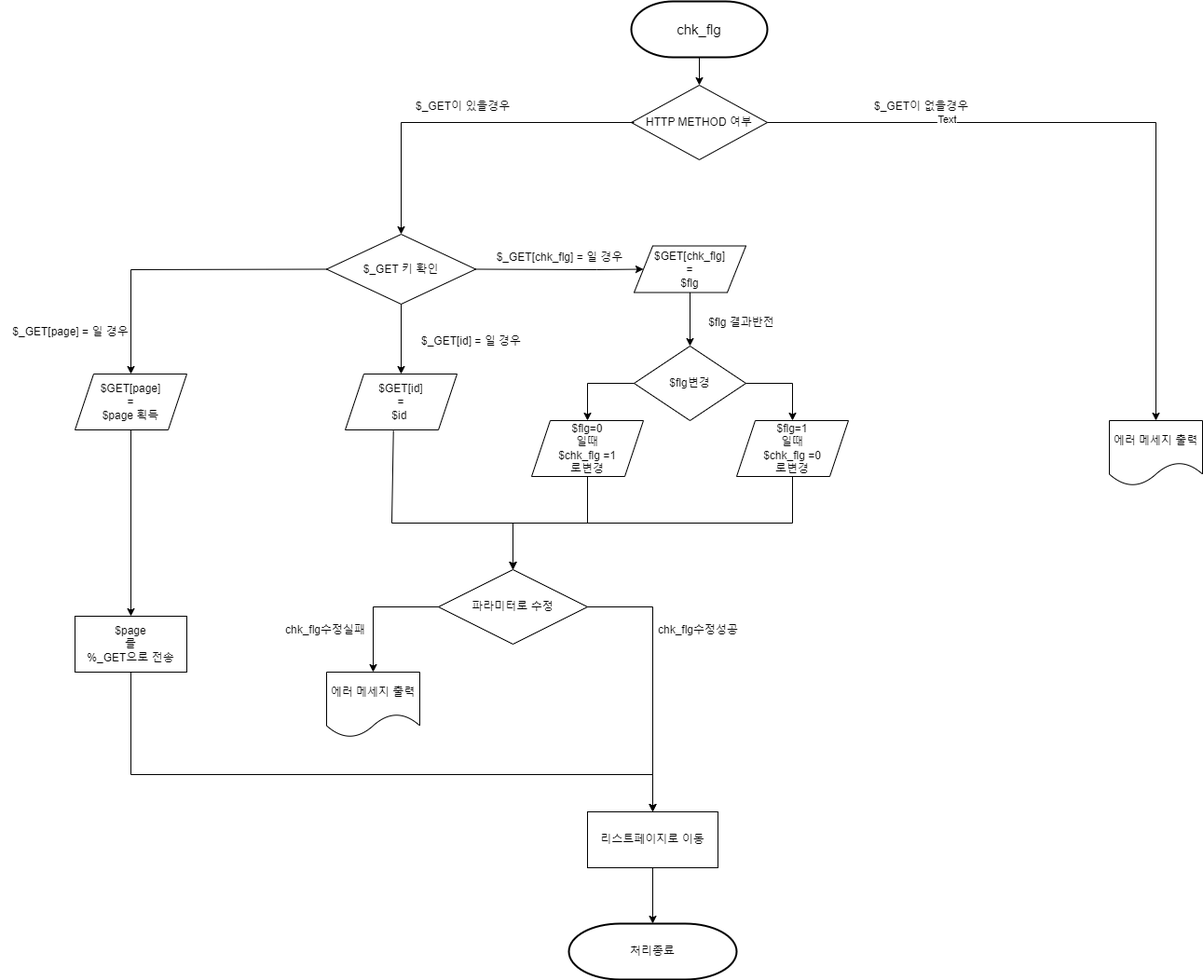
The draw.io diagram doc/chk_flg.png in 0817php-404NFT/todolist, before a commit. Source tidied: cells renumbered, new cells last; positions are measured from the earlier drawing's top-left corner, leaving out a move shared by most shapes.
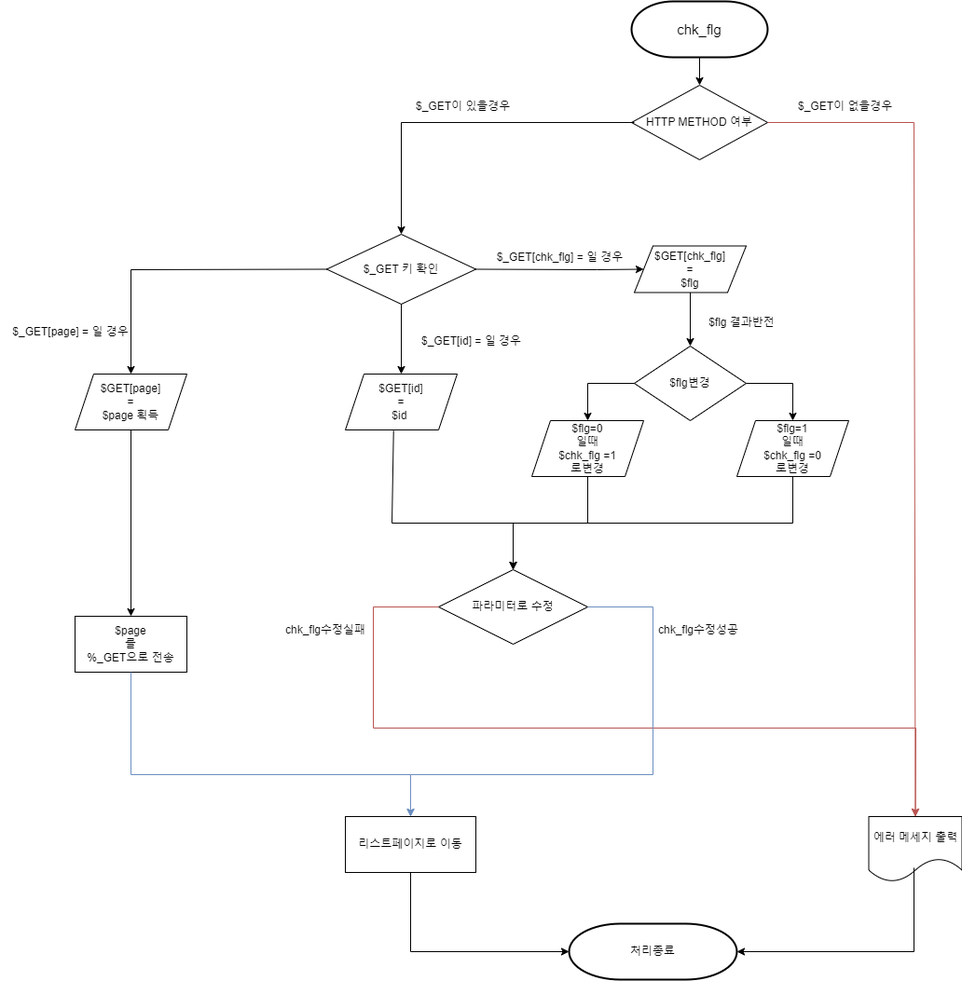
Above is the later version.

What changed in the source:
```diff
@@ -29,13 +29,13 @@
       <mxGeometry x="350" y="250" width="160" height="75" as="geometry" />
     </mxCell>
     <mxCell id="9" value="$_GET이 없을경우" style="text;strokeColor=none;fillColor=none;align=left;verticalAlign=middle;spacingLeft=4;spacingRight=4;overflow=hidden;whiteSpace=wrap;html=1;" parent="1" vertex="1">
-      <mxGeometry x="931.5" y="80" width="147" height="65" as="geometry" />
+      <mxGeometry x="850" y="80" width="147" height="65" as="geometry" />
     </mxCell>
     <mxCell id="10" value="$GET[page]&lt;br&gt;=&lt;br&gt;$page 획득" style="shape=parallelogram;perimeter=parallelogramPerimeter;whiteSpace=wrap;html=1;fixedSize=1;" parent="1" vertex="1">
       <mxGeometry x="80" y="400" width="120" height="60" as="geometry" />
     </mxCell>
     <mxCell id="11" value="에러 메세지 출력" style="shape=document;whiteSpace=wrap;html=1;boundedLbl=1;size=0.35714285714285715;" parent="1" vertex="1">
-      <mxGeometry x="1190" y="450" width="100" height="70" as="geometry" />
+      <mxGeometry x="931.5" y="875" width="100" height="70" as="geometry" />
     </mxCell>
     <mxCell id="12" value="$_GET[page] = 일 경우" style="text;html=1;align=center;verticalAlign=middle;strokeColor=none;fillColor=none;" parent="1" vertex="1">
       <mxGeometry y="340" width="150" height="30" as="geometry" />
@@ -43,16 +43,13 @@
     <mxCell id="13" value="$GET[chk_flg]&lt;br style=&quot;border-color: var(--border-color);&quot;&gt;=&lt;br style=&quot;border-color: var(--border-color);&quot;&gt;$flg" style="shape=parallelogram;perimeter=parallelogramPerimeter;whiteSpace=wrap;html=1;fixedSize=1;" parent="1" vertex="1">
       <mxGeometry x="680" y="262.5" width="120" height="50" as="geometry" />
     </mxCell>
-    <mxCell id="14" style="endArrow=classic;html=1;rounded=0;exitX=1;exitY=0.5;exitDx=0;exitDy=0;exitPerimeter=0;entryX=0.5;entryY=0;entryDx=0;entryDy=0;" parent="1" edge="1" source="3" target="11">
+    <mxCell id="14" style="endArrow=classic;html=1;rounded=0;exitX=1;exitY=0.5;exitDx=0;exitDy=0;exitPerimeter=0;entryX=0.5;entryY=0;entryDx=0;entryDy=0;fillColor=#f8cecc;strokeColor=#b85450;" parent="1" edge="1" source="3" target="11">
       <mxGeometry relative="1" as="geometry">
         <Array as="points">
-          <mxPoint x="1240" y="130" />
+          <mxPoint x="980" y="130" />
         </Array>
       </mxGeometry>
     </mxCell>
-    <mxCell id="15" value="Text" style="edgeLabel;html=1;align=center;verticalAlign=middle;" parent="14" vertex="1">
-      <mxGeometry x="-0.48" y="4" relative="1" as="geometry" />
-    </mxCell>
     <mxCell id="16" style="endArrow=classic;html=1;rounded=0;exitX=1;exitY=0.5;exitDx=0;exitDy=0;entryX=0;entryY=0.5;entryDx=0;entryDy=0;" parent="1" edge="1" source="8" target="13">
       <mxGeometry relative="1" as="geometry">
         <Array as="points">
@@ -70,8 +67,12 @@
     <mxCell id="18" style="endArrow=classic;html=1;rounded=0;exitX=0.5;exitY=1;exitDx=0;exitDy=0;entryX=0.5;entryY=0;entryDx=0;entryDy=0;entryPerimeter=0;" parent="1" edge="1" source="13" target="30">
       <mxGeometry relative="1" as="geometry" />
     </mxCell>
-    <mxCell id="19" style="endArrow=classic;html=1;rounded=0;exitX=0.5;exitY=1;exitDx=0;exitDy=0;entryX=0.5;entryY=0;entryDx=0;entryDy=0;entryPerimeter=0;" parent="1" edge="1" source="39" target="5">
-      <mxGeometry relative="1" as="geometry" />
+    <mxCell id="19" style="endArrow=classic;html=1;rounded=0;exitX=0.5;exitY=1;exitDx=0;exitDy=0;entryX=0;entryY=0.5;entryDx=0;entryDy=0;entryPerimeter=0;" parent="1" edge="1" source="39" target="5">
+      <mxGeometry relative="1" as="geometry">
+        <Array as="points">
+          <mxPoint x="440" y="1020" />
+        </Array>
+      </mxGeometry>
     </mxCell>
     <mxCell id="20" value="$_GET[id] = 일 경우" style="text;html=1;align=center;verticalAlign=middle;strokeColor=none;fillColor=none;" parent="1" vertex="1">
       <mxGeometry x="440" y="350" width="130" height="30" as="geometry" />
@@ -85,23 +86,24 @@
     <mxCell id="23" value="$GET[id]&lt;br style=&quot;border-color: var(--border-color);&quot;&gt;=&lt;br style=&quot;border-color: var(--border-color);&quot;&gt;$id&amp;nbsp;" style="shape=parallelogram;perimeter=parallelogramPerimeter;whiteSpace=wrap;html=1;fixedSize=1;" parent="1" vertex="1">
       <mxGeometry x="370" y="400" width="120" height="60" as="geometry" />
     </mxCell>
-    <mxCell id="24" value="에러 메세지 출력" style="shape=document;whiteSpace=wrap;html=1;boundedLbl=1;size=0.35714285714285715;" parent="1" vertex="1">
-      <mxGeometry x="350" y="720" width="100" height="70" as="geometry" />
-    </mxCell>
     <mxCell id="25" value="파라미터로 수정" style="strokeWidth=1;html=1;shape=mxgraph.flowchart.decision;whiteSpace=wrap;" parent="1" vertex="1">
       <mxGeometry x="470" y="610" width="160" height="80" as="geometry" />
     </mxCell>
-    <mxCell id="26" style="endArrow=classic;html=1;rounded=0;exitX=0;exitY=0.5;exitDx=0;exitDy=0;exitPerimeter=0;entryX=0.5;entryY=0;entryDx=0;entryDy=0;" parent="1" edge="1" source="25" target="24">
+    <mxCell id="26" style="endArrow=classic;html=1;rounded=0;exitX=0;exitY=0.5;exitDx=0;exitDy=0;exitPerimeter=0;entryX=0.5;entryY=0;entryDx=0;entryDy=0;fillColor=#f8cecc;strokeColor=#b85450;" parent="1" edge="1" source="25" target="11">
       <mxGeometry relative="1" as="geometry">
         <Array as="points">
           <mxPoint x="400" y="650" />
+          <mxPoint x="400" y="780" />
+          <mxPoint x="982" y="780" />
         </Array>
       </mxGeometry>
     </mxCell>
-    <mxCell id="27" style="endArrow=classic;html=1;rounded=0;exitX=1;exitY=0.5;exitDx=0;exitDy=0;exitPerimeter=0;entryX=0.5;entryY=0;entryDx=0;entryDy=0;" parent="1" edge="1" source="25" target="39">
+    <mxCell id="27" style="endArrow=classic;html=1;rounded=0;exitX=1;exitY=0.5;exitDx=0;exitDy=0;exitPerimeter=0;entryX=0.5;entryY=0;entryDx=0;entryDy=0;fillColor=#dae8fc;strokeColor=#6c8ebf;" parent="1" edge="1" source="25" target="39">
       <mxGeometry relative="1" as="geometry">
         <Array as="points">
           <mxPoint x="700" y="650" />
+          <mxPoint x="700" y="830" />
+          <mxPoint x="440" y="830" />
         </Array>
       </mxGeometry>
     </mxCell>
@@ -164,7 +166,7 @@
       <mxGeometry x="300" y="660" width="100" height="30" as="geometry" />
     </mxCell>
     <mxCell id="39" value="리스트페이지로 이동" style="rounded=0;whiteSpace=wrap;html=1;" parent="1" vertex="1">
-      <mxGeometry x="630" y="870" width="140" height="60" as="geometry" />
+      <mxGeometry x="370" y="875" width="140" height="60" as="geometry" />
     </mxCell>
     <mxCell id="40" style="endArrow=classic;html=1;rounded=0;exitX=0.5;exitY=1;exitDx=0;exitDy=0;entryX=0.5;entryY=0;entryDx=0;entryDy=0;" parent="1" edge="1" source="10" target="41">
       <mxGeometry relative="1" as="geometry" />
@@ -172,13 +174,21 @@
     <mxCell id="41" value="$page&lt;br&gt;를&lt;br&gt;%_GET으로 전송" style="rounded=0;whiteSpace=wrap;html=1;" parent="1" vertex="1">
       <mxGeometry x="80" y="660" width="120" height="60" as="geometry" />
     </mxCell>
-    <mxCell id="42" style="endArrow=classic;html=1;rounded=0;exitX=0.5;exitY=1;exitDx=0;exitDy=0;entryX=0.5;entryY=0;entryDx=0;entryDy=0;" parent="1" edge="1" source="41" target="39">
+    <mxCell id="42" style="endArrow=classic;html=1;rounded=0;exitX=0.5;exitY=1;exitDx=0;exitDy=0;entryX=0.5;entryY=0;entryDx=0;entryDy=0;fillColor=#dae8fc;strokeColor=#6c8ebf;" parent="1" edge="1" source="41" target="39">
       <mxGeometry relative="1" as="geometry">
         <Array as="points">
           <mxPoint x="140" y="830" />
-          <mxPoint x="700" y="830" />
+          <mxPoint x="440" y="830" />
         </Array>
       </mxGeometry>
     </mxCell>
+    <mxCell id="43" style="endArrow=classic;html=1;rounded=0;entryX=1;entryY=0.5;entryDx=0;entryDy=0;entryPerimeter=0;" parent="1" edge="1" target="5">
+      <mxGeometry relative="1" as="geometry">
+        <mxPoint x="980" y="930" as="sourcePoint" />
+        <Array as="points">
+          <mxPoint x="980" y="1020" />
+        </Array>
+      </mxGeometry>
+    </mxCell>
   </root>
 </mxGraphModel>
```
